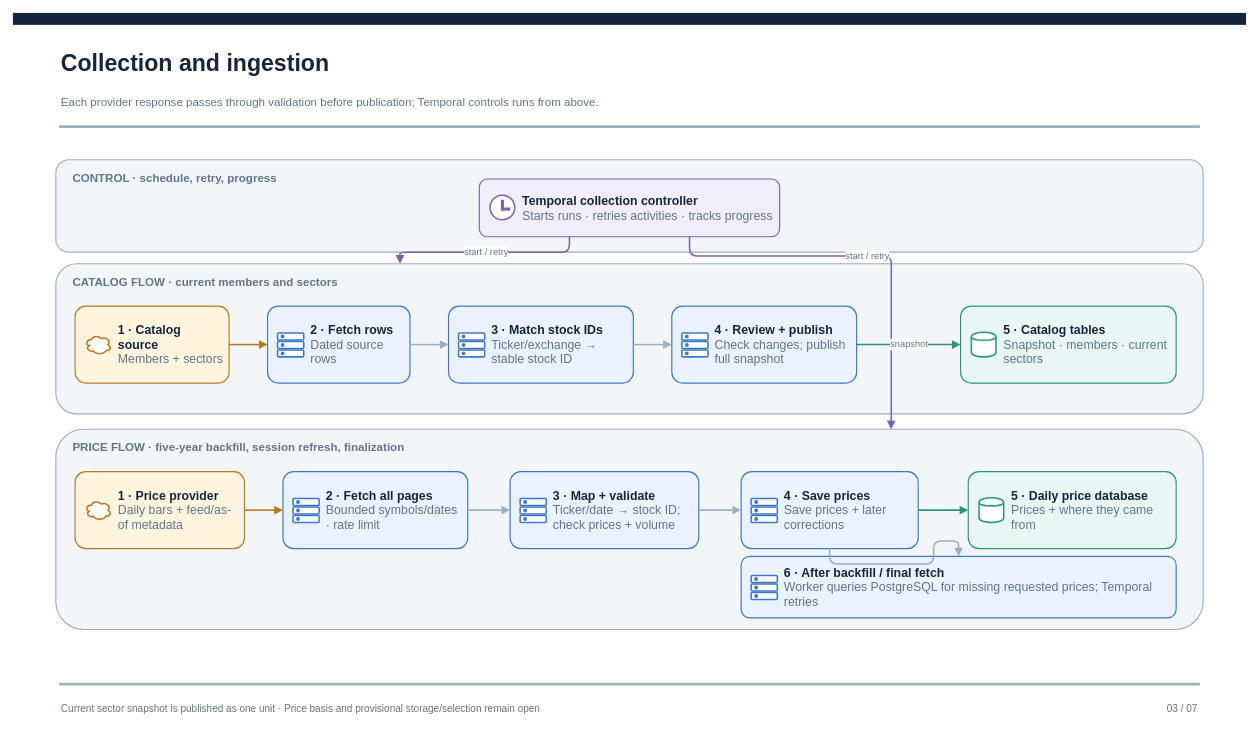
maorts14/market-eagle keeps this draw.io diagram as page "03 · Collection" (3 of 7) of knowledge-base/diagrams/market-eagle-architecture.drawio. Above is the earlier version. Source tidied: cells renumbered, new cells numbered last; positions are measured from the earlier drawing's top-left corner, leaving out a move shared by most shapes. Both pictures are drawn from the tidied source at 77%, with x=0, y=0 at pixel (13, 13).
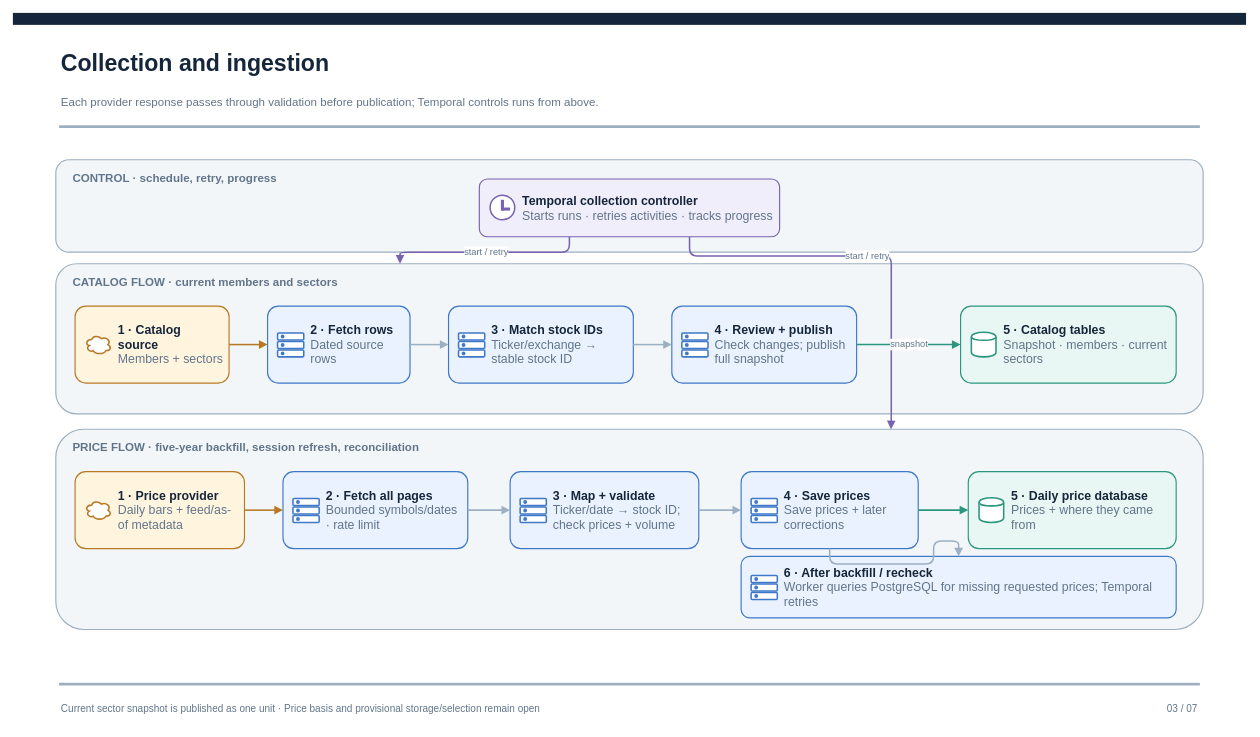
The same diagram, later.

Change to the diagram source:
```diff
@@
-    <mxCell id="11" value="PRICE FLOW · five-year backfill, session refresh, finalization" style="text;html=1;whiteSpace=wrap;strokeColor=none;fillColor=none;fontFamily=Arial;fontSize=15;fontColor=#61758A;fontStyle=1;align=left;verticalAlign=middle;" parent="1" vertex="1">
+    <mxCell id="11" value="PRICE FLOW · five-year backfill, session refresh, reconciliation" style="text;html=1;whiteSpace=wrap;strokeColor=none;fillColor=none;fontFamily=Arial;fontSize=15;fontColor=#61758A;fontStyle=1;align=left;verticalAlign=middle;" parent="1" vertex="1">
       <mxGeometry x="75" y="548" width="1450" height="30" as="geometry" />
     </mxCell>
@@
-    <mxCell id="84" value="&lt;b&gt;6 · After backfill / final fetch&lt;/b&gt;&lt;br&gt;&lt;font color='#61758A'&gt;Worker queries PostgreSQL for missing requested prices; Temporal retries&lt;/font&gt;" style="text;html=1;whiteSpace=wrap;strokeColor=none;fillColor=none;fontFamily=Arial;fontSize=16;fontColor=#15263B;align=left;verticalAlign=middle;spacing=0;" parent="1" vertex="1">
+    <mxCell id="84" value="&lt;b&gt;6 · After backfill / recheck&lt;/b&gt;&lt;br&gt;&lt;font color='#61758A'&gt;Worker queries PostgreSQL for missing requested prices; Temporal retries&lt;/font&gt;" style="text;html=1;whiteSpace=wrap;strokeColor=none;fillColor=none;fontFamily=Arial;fontSize=16;fontColor=#15263B;align=left;verticalAlign=middle;spacing=0;" parent="1" vertex="1">
       <mxGeometry x="1001" y="711" width="501" height="68" as="geometry" />
     </mxCell>
```
